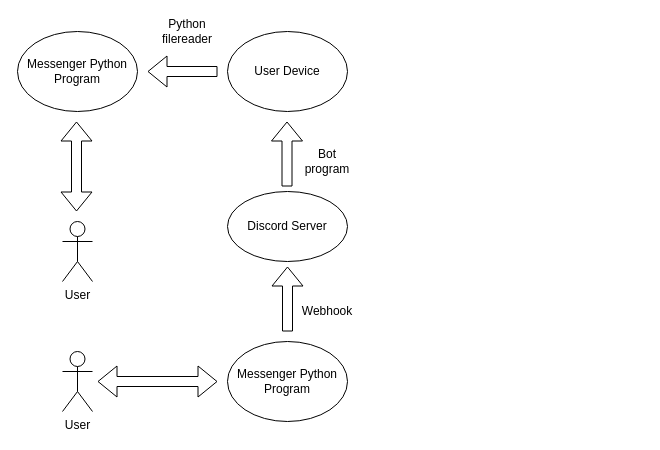
Nachtwind1100011/SE-Individual-Project keeps this draw.io diagram as Diagrams/src/HLA.drawio. Above is the earlier version. Source tidied: cells renumbered, new cells numbered last; positions are measured from the earlier drawing's top-left corner, leaving out a move shared by most shapes. Both pictures are drawn from the tidied source at 100%, with x=0, y=0 at pixel (17, 21).
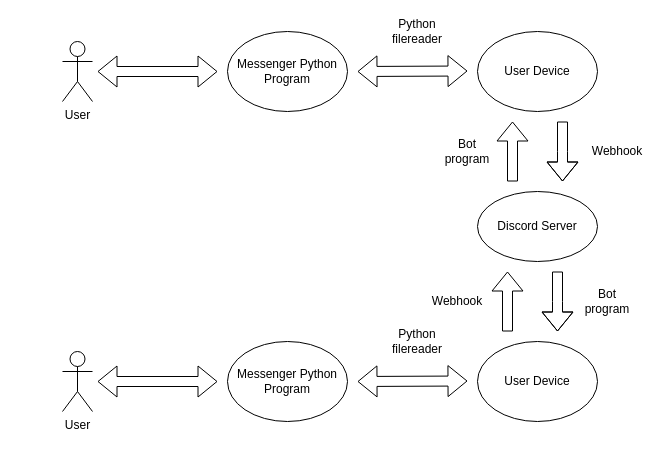
The same diagram, later.

What changed in the source:
```diff
@@
-    <mxCell id="5" style="shape=flexArrow;endArrow=classic;html=1;" parent="1" edge="1">
-      <mxGeometry relative="1" as="geometry">
-        <mxPoint x="270" y="310" as="sourcePoint" />
-        <mxPoint x="270" y="245" as="targetPoint" />
-      </mxGeometry>
-    </mxCell>
     <mxCell id="6" value="Discord Server" style="ellipse;whiteSpace=wrap;html=1;" parent="1" vertex="1">
-      <mxGeometry x="210" y="170" width="120" height="70" as="geometry" />
+      <mxGeometry x="460" y="170" width="120" height="70" as="geometry" />
     </mxCell>
     <mxCell id="7" value="Webhook" style="text;html=1;strokeColor=none;fillColor=none;align=center;verticalAlign=middle;whiteSpace=wrap;rounded=0;" parent="1" vertex="1">
-      <mxGeometry x="290" y="280" width="40" height="20" as="geometry" />
+      <mxGeometry x="420" y="270" width="40" height="20" as="geometry" />
     </mxCell>
     <mxCell id="8" value="User Device" style="ellipse;whiteSpace=wrap;html=1;" parent="1" vertex="1">
-      <mxGeometry x="210" y="10" width="120" height="80" as="geometry" />
+      <mxGeometry x="460" y="10" width="120" height="80" as="geometry" />
     </mxCell>
-    <mxCell id="9" style="shape=flexArrow;endArrow=classic;html=1;" parent="1" edge="1">
-      <mxGeometry relative="1" as="geometry">
-        <mxPoint x="269.5" y="165" as="sourcePoint" />
-        <mxPoint x="269.5" y="100" as="targetPoint" />
-      </mxGeometry>
-    </mxCell>
     <mxCell id="10" value="Bot program" style="text;html=1;strokeColor=none;fillColor=none;align=center;verticalAlign=middle;whiteSpace=wrap;rounded=0;" parent="1" vertex="1">
-      <mxGeometry x="290" y="130" width="40" height="20" as="geometry" />
+      <mxGeometry x="570" y="270" width="40" height="20" as="geometry" />
     </mxCell>
     <mxCell id="11" value="User" style="shape=umlActor;verticalLabelPosition=bottom;verticalAlign=top;html=1;" parent="1" vertex="1">
-      <mxGeometry x="45" y="200" width="30" height="60" as="geometry" />
+      <mxGeometry x="45" y="20" width="30" height="60" as="geometry" />
     </mxCell>
     <mxCell id="12" style="shape=flexArrow;endArrow=classic;startArrow=classic;html=1;" parent="1" edge="1">
       <mxGeometry relative="1" as="geometry">
-        <mxPoint x="59" y="190" as="sourcePoint" />
-        <mxPoint x="59" y="100" as="targetPoint" />
+        <mxPoint x="80" y="50" as="sourcePoint" />
+        <mxPoint x="200" y="50" as="targetPoint" />
       </mxGeometry>
     </mxCell>
     <mxCell id="13" value="Messenger Python Program" style="ellipse;whiteSpace=wrap;html=1;" parent="1" vertex="1">
-      <mxGeometry y="10" width="120" height="80" as="geometry" />
+      <mxGeometry x="210" y="10" width="120" height="80" as="geometry" />
     </mxCell>
-    <mxCell id="14" style="shape=flexArrow;endArrow=classic;html=1;" parent="1" edge="1">
-      <mxGeometry relative="1" as="geometry">
-        <mxPoint x="200" y="50" as="sourcePoint" />
-        <mxPoint x="130" y="50" as="targetPoint" />
-      </mxGeometry>
-    </mxCell>
     <mxCell id="15" value="Python filereader" style="text;html=1;strokeColor=none;fillColor=none;align=center;verticalAlign=middle;whiteSpace=wrap;rounded=0;" parent="1" vertex="1">
-      <mxGeometry x="150" width="40" height="20" as="geometry" />
+      <mxGeometry x="380" width="40" height="20" as="geometry" />
     </mxCell>
+    <mxCell id="16" value="User Device" style="ellipse;whiteSpace=wrap;html=1;" parent="1" vertex="1">
+      <mxGeometry x="460" y="320" width="120" height="80" as="geometry" />
+    </mxCell>
+    <mxCell id="17" style="shape=flexArrow;endArrow=classic;startArrow=classic;html=1;" parent="1" edge="1">
+      <mxGeometry relative="1" as="geometry">
+        <mxPoint x="340" y="50" as="sourcePoint" />
+        <mxPoint x="450" y="49.5" as="targetPoint" />
+      </mxGeometry>
+    </mxCell>
+    <mxCell id="18" style="shape=flexArrow;endArrow=classic;startArrow=classic;html=1;" parent="1" edge="1">
+      <mxGeometry relative="1" as="geometry">
+        <mxPoint x="340" y="360" as="sourcePoint" />
+        <mxPoint x="450" y="359.5" as="targetPoint" />
+      </mxGeometry>
+    </mxCell>
+    <mxCell id="19" value="Python filereader" style="text;html=1;strokeColor=none;fillColor=none;align=center;verticalAlign=middle;whiteSpace=wrap;rounded=0;" parent="1" vertex="1">
+      <mxGeometry x="380" y="310" width="40" height="20" as="geometry" />
+    </mxCell>
+    <mxCell id="20" style="shape=flexArrow;endArrow=classic;html=1;" parent="1" edge="1">
+      <mxGeometry relative="1" as="geometry">
+        <mxPoint x="490" y="310" as="sourcePoint" />
+        <mxPoint x="490" y="250" as="targetPoint" />
+      </mxGeometry>
+    </mxCell>
+    <mxCell id="21" style="shape=flexArrow;endArrow=classic;html=1;" parent="1" edge="1">
+      <mxGeometry relative="1" as="geometry">
+        <mxPoint x="540" y="250" as="sourcePoint" />
+        <mxPoint x="540" y="310" as="targetPoint" />
+        <Array as="points">
+          <mxPoint x="540" y="280" />
+        </Array>
+      </mxGeometry>
+    </mxCell>
+    <mxCell id="22" value="Webhook" style="text;html=1;strokeColor=none;fillColor=none;align=center;verticalAlign=middle;whiteSpace=wrap;rounded=0;" parent="1" vertex="1">
+      <mxGeometry x="580" y="120" width="40" height="20" as="geometry" />
+    </mxCell>
+    <mxCell id="23" value="Bot program" style="text;html=1;strokeColor=none;fillColor=none;align=center;verticalAlign=middle;whiteSpace=wrap;rounded=0;" parent="1" vertex="1">
+      <mxGeometry x="430" y="120" width="40" height="20" as="geometry" />
+    </mxCell>
+    <mxCell id="24" style="shape=flexArrow;endArrow=classic;html=1;" parent="1" edge="1">
+      <mxGeometry relative="1" as="geometry">
+        <mxPoint x="495" y="160" as="sourcePoint" />
+        <mxPoint x="495" y="100" as="targetPoint" />
+      </mxGeometry>
+    </mxCell>
+    <mxCell id="25" style="shape=flexArrow;endArrow=classic;html=1;" parent="1" edge="1">
+      <mxGeometry relative="1" as="geometry">
+        <mxPoint x="545" y="100" as="sourcePoint" />
+        <mxPoint x="545" y="160" as="targetPoint" />
+        <Array as="points">
+          <mxPoint x="545" y="130" />
+        </Array>
+      </mxGeometry>
+    </mxCell>
```
